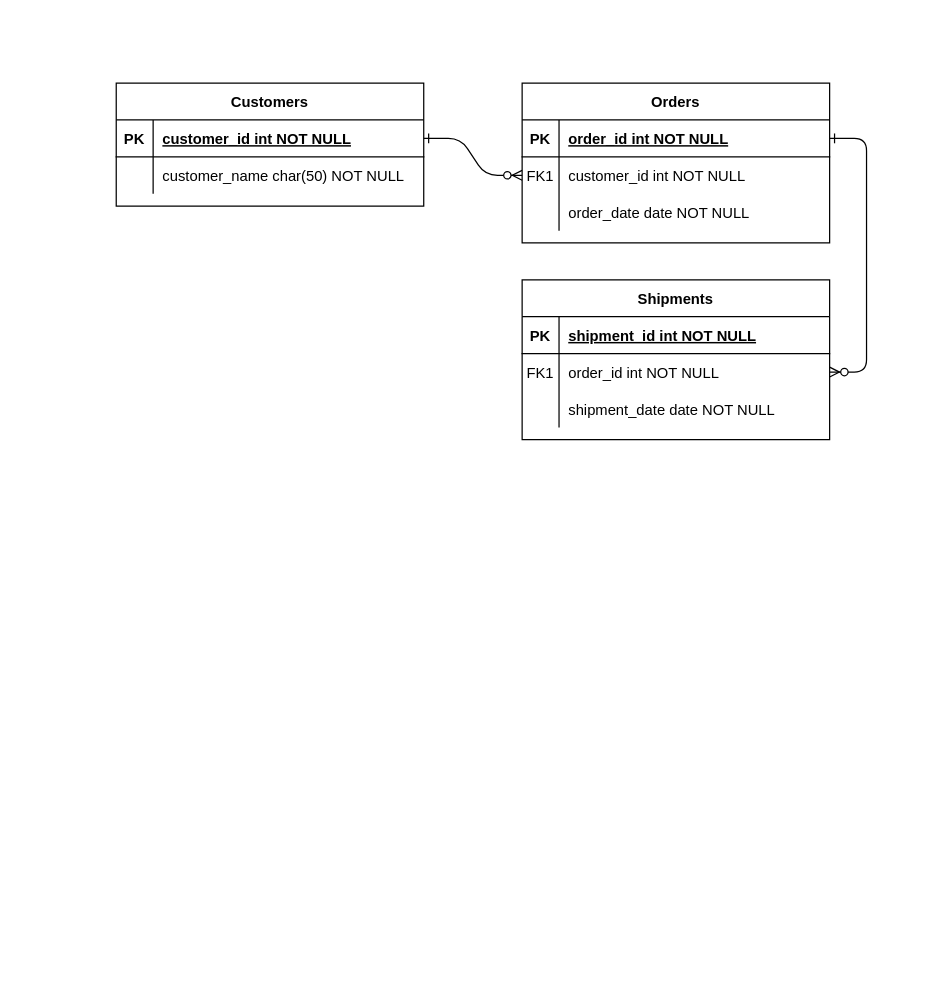
Before: Untitled Diagram.drawio in Aisha-R-T/Aisha-R-T, a draw.io diagram. Source tidied: cells renumbered, new cells numbered last; positions are measured from the earlier drawing's top-left corner, leaving out a move shared by most shapes. Both pictures are drawn from the tidied source at 123%, with x=0, y=0 at pixel (116, 82).
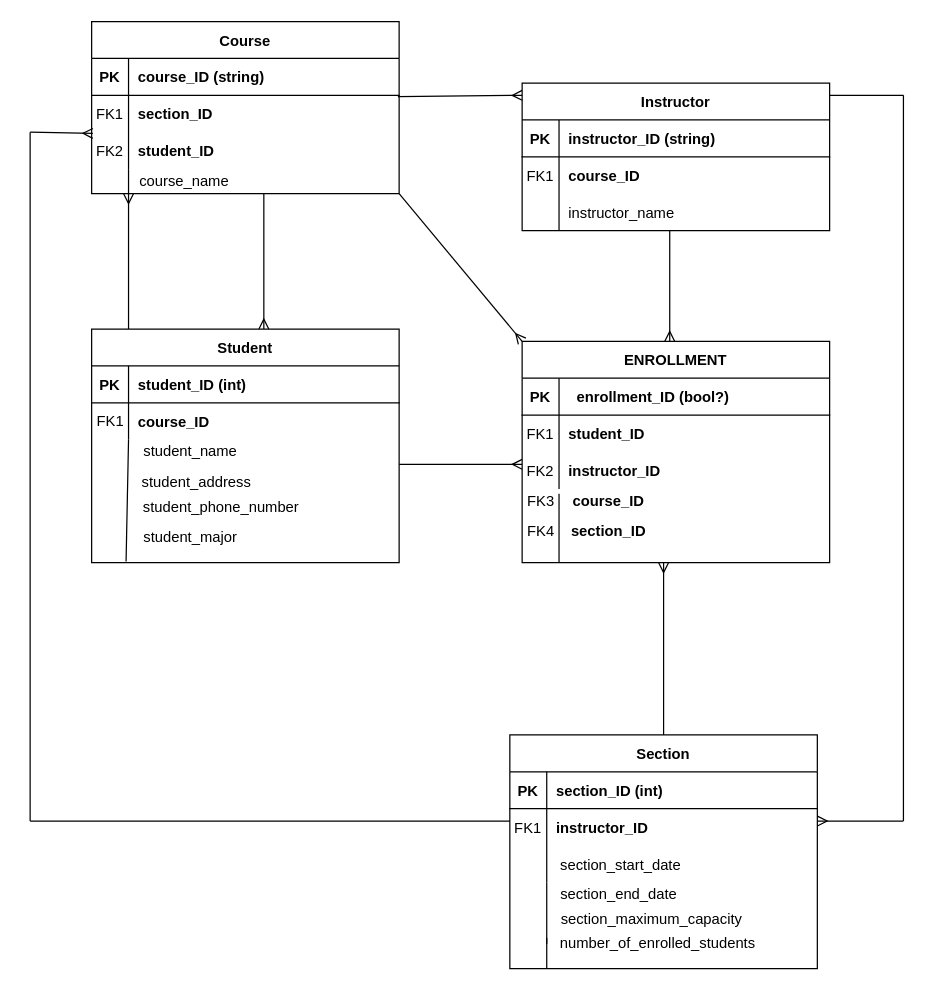
The same diagram, later.

The change refers to these unchanged cells:
```xml
<mxCell id="5" style="shape=partialRectangle;fillColor=none;points=[[0,0.5],[1,0.5]];portConstraint=eastwest;top=0;left=0;right=0;bottom=1;" parent="4" vertex="1">
  <mxGeometry y="30" width="250" height="30" as="geometry" />
</mxCell>
<mxCell id="8" style="shape=partialRectangle;fillColor=none;points=[[0,0.5],[1,0.5]];portConstraint=eastwest;top=0;left=0;right=0;bottom=0;" parent="4" vertex="1">
  <mxGeometry y="60" width="250" height="30" as="geometry" />
</mxCell>
<mxCell id="11" style="shape=partialRectangle;fillColor=none;top=0;left=0;right=0;bottom=0;" parent="4" vertex="1">
  <mxGeometry y="90" width="250" height="30" as="geometry" />
</mxCell>
<mxCell id="15" style="shape=partialRectangle;fillColor=none;top=0;left=0;right=0;bottom=1;" parent="14" vertex="1">
  <mxGeometry y="30" width="250" height="30" as="geometry" />
</mxCell>
<mxCell id="18" style="shape=partialRectangle;fillColor=none;points=[[0,0.5],[1,0.5]];portConstraint=eastwest;top=0;left=0;right=0;bottom=0;" parent="14" vertex="1">
  <mxGeometry y="60" width="250" height="30" as="geometry" />
</mxCell>
<mxCell id="21" style="shape=partialRectangle;fillColor=none;points=[[0,0.5],[1,0.5]];portConstraint=eastwest;top=0;left=0;right=0;bottom=0;" parent="14" vertex="1">
  <mxGeometry y="90" width="250" height="30" as="geometry" />
</mxCell>
<mxCell id="25" style="shape=partialRectangle;fillColor=none;points=[[0,0.5],[1,0.5]];portConstraint=eastwest;top=0;left=0;right=0;bottom=1;" parent="24" vertex="1">
  <mxGeometry y="30" width="250" height="30" as="geometry" />
</mxCell>
<mxCell id="28" style="shape=partialRectangle;fillColor=none;top=0;left=0;right=0;bottom=0;" parent="24" vertex="1">
  <mxGeometry y="60" width="250" height="30" as="geometry" />
</mxCell>
```

What changed in the source:
```diff
@@
-    <mxCell id="2" style="edgeStyle=entityRelationEdgeStyle;endArrow=ERzeroToMany;startArrow=ERone;endFill=1;startFill=0;" parent="1" edge="1" source="25" target="8">
-      <mxGeometry relative="1" as="geometry" />
-    </mxCell>
-    <mxCell id="3" style="edgeStyle=entityRelationEdgeStyle;endArrow=ERzeroToMany;startArrow=ERone;endFill=1;startFill=0;" parent="1" edge="1" source="5" target="18">
-      <mxGeometry relative="1" as="geometry" />
-    </mxCell>
-    <mxCell id="4" value="Orders" style="shape=table;startSize=30;childLayout=tableLayout;rowLines=0;fontStyle=1;align=center;" parent="1" vertex="1">
-      <mxGeometry x="330" width="250" height="130" as="geometry" />
+    <mxCell id="4" value="Instructor" style="shape=table;startSize=30;childLayout=tableLayout;rowLines=0;fontStyle=1;align=center;" parent="1" vertex="1">
+      <mxGeometry x="330" width="250" height="120" as="geometry" />
     </mxCell>
@@
-    <mxCell id="7" value="order_id int NOT NULL " style="shape=partialRectangle;overflow=hidden;fillColor=none;top=0;left=0;bottom=0;right=0;align=left;spacingLeft=6;fontStyle=5;" parent="5" vertex="1">
+    <mxCell id="7" value="instructor_ID (string)" style="shape=partialRectangle;overflow=hidden;fillColor=none;top=0;left=0;bottom=0;right=0;align=left;spacingLeft=6;fontStyle=1;" parent="5" vertex="1">
       <mxGeometry x="30" width="220" height="30" as="geometry" />
     </mxCell>
@@
-    <mxCell id="10" value="customer_id int NOT NULL" style="shape=partialRectangle;overflow=hidden;fillColor=none;top=0;left=0;bottom=0;right=0;align=left;spacingLeft=6;" parent="8" vertex="1">
+    <mxCell id="10" value="course_ID" style="shape=partialRectangle;overflow=hidden;fillColor=none;top=0;left=0;bottom=0;right=0;align=left;spacingLeft=6;fontStyle=1;" parent="8" vertex="1">
       <mxGeometry x="30" width="220" height="30" as="geometry" />
     </mxCell>
@@
-    <mxCell id="13" value="order_date date NOT NULL" style="shape=partialRectangle;overflow=hidden;fillColor=none;top=0;left=0;bottom=0;right=0;align=left;spacingLeft=6;" parent="11" vertex="1">
+    <mxCell id="13" value="instructor_name" style="shape=partialRectangle;overflow=hidden;fillColor=none;top=0;left=0;bottom=0;right=0;align=left;spacingLeft=6;" parent="11" vertex="1">
       <mxGeometry x="30" width="220" height="30" as="geometry" />
     </mxCell>
-    <mxCell id="14" value="Shipments" style="shape=table;startSize=30;childLayout=tableLayout;rowLines=0;fontStyle=1;align=center;" parent="1" vertex="1">
-      <mxGeometry x="330" y="160" width="250" height="130" as="geometry" />
+    <mxCell id="14" value="ENROLLMENT" style="shape=table;startSize=30;childLayout=tableLayout;rowLines=0;fontStyle=1;align=center;" parent="1" vertex="1">
+      <mxGeometry x="330" y="210" width="250" height="180" as="geometry" />
     </mxCell>
@@
-    <mxCell id="17" value="shipment_id int NOT NULL " style="shape=partialRectangle;overflow=hidden;fillColor=none;top=0;left=0;bottom=0;right=0;align=left;spacingLeft=6;fontStyle=5;" parent="15" vertex="1">
+    <mxCell id="17" value="  enrollment_ID (bool?)" style="shape=partialRectangle;overflow=hidden;fillColor=none;top=0;left=0;bottom=0;right=0;align=left;spacingLeft=6;fontStyle=1;" parent="15" vertex="1">
       <mxGeometry x="30" width="220" height="30" as="geometry" />
     </mxCell>
@@
-    <mxCell id="20" value="order_id int NOT NULL" style="shape=partialRectangle;overflow=hidden;fillColor=none;top=0;left=0;bottom=0;right=0;align=left;spacingLeft=6;" parent="18" vertex="1">
+    <mxCell id="20" value="student_ID" style="shape=partialRectangle;overflow=hidden;fillColor=none;top=0;left=0;bottom=0;right=0;align=left;spacingLeft=6;fontStyle=1;" parent="18" vertex="1">
       <mxGeometry x="30" width="220" height="30" as="geometry" />
     </mxCell>
@@
-    <mxCell id="22" style="shape=partialRectangle;overflow=hidden;fillColor=none;top=0;left=0;bottom=0;right=0;" parent="21" vertex="1">
+    <mxCell id="22" value="FK2" style="shape=partialRectangle;overflow=hidden;fillColor=none;top=0;left=0;bottom=0;right=0;" parent="21" vertex="1">
       <mxGeometry width="30" height="30" as="geometry" />
     </mxCell>
-    <mxCell id="23" value="shipment_date date NOT NULL" style="shape=partialRectangle;overflow=hidden;fillColor=none;top=0;left=0;bottom=0;right=0;align=left;spacingLeft=6;" parent="21" vertex="1">
+    <mxCell id="23" value="instructor_ID" style="shape=partialRectangle;overflow=hidden;fillColor=none;top=0;left=0;bottom=0;right=0;align=left;spacingLeft=6;fontStyle=1;" parent="21" vertex="1">
       <mxGeometry x="30" width="220" height="30" as="geometry" />
     </mxCell>
-    <mxCell id="24" value="Customers" style="shape=table;startSize=30;childLayout=tableLayout;rowLines=0;fontStyle=1;align=center;" parent="1" vertex="1">
-      <mxGeometry width="250" height="100" as="geometry" />
+    <mxCell id="24" value="Student" style="shape=table;startSize=30;childLayout=tableLayout;rowLines=0;fontStyle=1;align=center;" parent="1" vertex="1">
+      <mxGeometry x="-20" y="200" width="250" height="190" as="geometry" />
     </mxCell>
@@
-    <mxCell id="27" value="customer_id int NOT NULL " style="shape=partialRectangle;overflow=hidden;fillColor=none;top=0;left=0;bottom=0;right=0;align=left;spacingLeft=6;fontStyle=5;" parent="25" vertex="1">
+    <mxCell id="27" value="student_ID (int)" style="shape=partialRectangle;overflow=hidden;fillColor=none;top=0;left=0;bottom=0;right=0;align=left;spacingLeft=6;fontStyle=1;" parent="25" vertex="1">
       <mxGeometry x="30" width="220" height="30" as="geometry" />
     </mxCell>
@@
-    <mxCell id="30" value="customer_name char(50) NOT NULL" style="shape=partialRectangle;overflow=hidden;fillColor=none;top=0;left=0;bottom=0;right=0;align=left;spacingLeft=6;" parent="28" vertex="1">
+    <mxCell id="30" value="course_ID" style="shape=partialRectangle;overflow=hidden;fillColor=none;top=0;left=0;bottom=0;right=0;align=left;spacingLeft=6;fontStyle=1;" parent="28" vertex="1">
       <mxGeometry x="30" width="220" height="30" as="geometry" />
     </mxCell>
+    <mxCell id="31" value="Course" style="shape=table;startSize=30;childLayout=tableLayout;rowLines=0;fontStyle=1;align=center;" parent="1" vertex="1">
+      <mxGeometry x="-20" y="-50" width="250" height="140" as="geometry" />
+    </mxCell>
+    <mxCell id="32" style="shape=partialRectangle;fillColor=none;top=0;left=0;right=0;bottom=1;" parent="31" vertex="1">
+      <mxGeometry y="30" width="250" height="30" as="geometry" />
+    </mxCell>
+    <mxCell id="33" value="PK" style="shape=partialRectangle;overflow=hidden;fillColor=none;top=0;left=0;bottom=0;right=0;fontStyle=1;" parent="32" vertex="1">
+      <mxGeometry width="30" height="30" as="geometry" />
+    </mxCell>
+    <mxCell id="34" value="course_ID (string)" style="shape=partialRectangle;overflow=hidden;fillColor=none;top=0;left=0;bottom=0;right=0;align=left;spacingLeft=6;fontStyle=1;" parent="32" vertex="1">
+      <mxGeometry x="30" width="220" height="30" as="geometry" />
+    </mxCell>
+    <mxCell id="35" style="shape=partialRectangle;fillColor=none;points=[[0,0.5],[1,0.5]];portConstraint=eastwest;top=0;left=0;right=0;bottom=0;" parent="31" vertex="1">
+      <mxGeometry y="60" width="250" height="30" as="geometry" />
+    </mxCell>
+    <mxCell id="36" value="FK1" style="shape=partialRectangle;overflow=hidden;fillColor=none;top=0;left=0;bottom=0;right=0;" parent="35" vertex="1">
+      <mxGeometry width="30" height="30" as="geometry" />
+    </mxCell>
+    <mxCell id="37" value="section_ID" style="shape=partialRectangle;overflow=hidden;fillColor=none;top=0;left=0;bottom=0;right=0;align=left;spacingLeft=6;fontStyle=1;" parent="35" vertex="1">
+      <mxGeometry x="30" width="220" height="30" as="geometry" />
+    </mxCell>
+    <mxCell id="38" style="shape=partialRectangle;fillColor=none;top=0;left=0;right=0;bottom=0;" parent="31" vertex="1">
+      <mxGeometry y="90" width="250" height="30" as="geometry" />
+    </mxCell>
+    <mxCell id="39" value="FK2" style="shape=partialRectangle;overflow=hidden;fillColor=none;top=0;left=0;bottom=0;right=0;" parent="38" vertex="1">
+      <mxGeometry width="30" height="30" as="geometry" />
+    </mxCell>
+    <mxCell id="40" value="student_ID" style="shape=partialRectangle;overflow=hidden;fillColor=none;top=0;left=0;bottom=0;right=0;align=left;spacingLeft=6;fontStyle=1;" parent="38" vertex="1">
+      <mxGeometry x="30" width="220" height="30" as="geometry" />
+    </mxCell>
+    <mxCell id="41" style="edgeStyle=none;rounded=0;jettySize=auto;html=1;endArrow=ERmany;endFill=0;" parent="1" edge="1" source="42">
+      <mxGeometry relative="1" as="geometry">
+        <mxPoint x="445" y="390" as="targetPoint" />
+      </mxGeometry>
+    </mxCell>
+    <mxCell id="42" value="Section" style="shape=table;startSize=30;childLayout=tableLayout;rowLines=0;fontStyle=1;align=center;" parent="1" vertex="1">
+      <mxGeometry x="320" y="530" width="250" height="190" as="geometry" />
+    </mxCell>
+    <mxCell id="43" style="shape=partialRectangle;fillColor=none;top=0;left=0;right=0;bottom=1;" parent="42" vertex="1">
+      <mxGeometry y="30" width="250" height="30" as="geometry" />
+    </mxCell>
+    <mxCell id="44" value="PK" style="shape=partialRectangle;overflow=hidden;fillColor=none;top=0;left=0;bottom=0;right=0;fontStyle=1;" parent="43" vertex="1">
+      <mxGeometry width="30" height="30" as="geometry" />
+    </mxCell>
+    <mxCell id="45" value="section_ID (int)" style="shape=partialRectangle;overflow=hidden;fillColor=none;top=0;left=0;bottom=0;right=0;align=left;spacingLeft=6;fontStyle=1;" parent="43" vertex="1">
+      <mxGeometry x="30" width="220" height="30" as="geometry" />
+    </mxCell>
+    <mxCell id="46" style="shape=partialRectangle;fillColor=none;top=0;left=0;right=0;bottom=0;" parent="42" vertex="1">
+      <mxGeometry y="60" width="250" height="30" as="geometry" />
+    </mxCell>
+    <mxCell id="47" value="FK1" style="shape=partialRectangle;overflow=hidden;fillColor=none;top=0;left=0;bottom=0;right=0;" parent="46" vertex="1">
+      <mxGeometry width="30" height="30" as="geometry" />
+    </mxCell>
+    <mxCell id="48" value="instructor_ID" style="shape=partialRectangle;overflow=hidden;fillColor=none;top=0;left=0;bottom=0;right=0;align=left;spacingLeft=6;fontStyle=1;" parent="46" vertex="1">
+      <mxGeometry x="30" width="220" height="30" as="geometry" />
+    </mxCell>
+    <mxCell id="49" style="shape=partialRectangle;fillColor=none;top=0;left=0;right=0;bottom=0;" parent="42" vertex="1">
+      <mxGeometry y="90" width="250" height="30" as="geometry" />
+    </mxCell>
+    <mxCell id="50" style="shape=partialRectangle;overflow=hidden;fillColor=none;top=0;left=0;bottom=0;right=0;" parent="49" vertex="1">
+      <mxGeometry width="30" height="30" as="geometry" />
+    </mxCell>
+    <mxCell id="51" value=" section_start_date" style="shape=partialRectangle;overflow=hidden;fillColor=none;top=0;left=0;bottom=0;right=0;align=left;spacingLeft=6;" parent="49" vertex="1">
+      <mxGeometry x="30" width="220" height="30" as="geometry" />
+    </mxCell>
+    <mxCell id="52" style="endArrow=none;html=1;rounded=0;entryX=0.12;entryY=1.133;entryDx=0;entryDy=0;entryPerimeter=0;" parent="1" edge="1" target="21">
+      <mxGeometry relative="1" as="geometry">
+        <mxPoint x="360" y="390" as="sourcePoint" />
+      </mxGeometry>
+    </mxCell>
+    <mxCell id="53" value="FK3" style="text;html=1;align=center;verticalAlign=middle;strokeColor=none;fillColor=none;" parent="1" vertex="1">
+      <mxGeometry x="320" y="325" width="50" height="30" as="geometry" />
+    </mxCell>
+    <mxCell id="54" value="FK4" style="text;html=1;align=center;verticalAlign=middle;strokeColor=none;fillColor=none;" parent="1" vertex="1">
+      <mxGeometry x="320" y="350" width="50" height="30" as="geometry" />
+    </mxCell>
+    <mxCell id="55" value="&lt;b&gt;course_ID&lt;/b&gt;" style="text;html=1;align=center;verticalAlign=middle;strokeColor=none;fillColor=none;" parent="1" vertex="1">
+      <mxGeometry x="360" y="325" width="80" height="30" as="geometry" />
+    </mxCell>
+    <mxCell id="56" value="&lt;b&gt;section_ID&lt;/b&gt;" style="text;html=1;align=center;verticalAlign=middle;strokeColor=none;fillColor=none;" parent="1" vertex="1">
+      <mxGeometry x="360" y="350" width="80" height="30" as="geometry" />
+    </mxCell>
+    <mxCell id="57" style="endArrow=none;html=1;rounded=0;exitX=-0.02;exitY=1.133;exitDx=0;exitDy=0;exitPerimeter=0;" parent="1" edge="1" source="61">
+      <mxGeometry relative="1" as="geometry">
+        <mxPoint x="10" y="290" as="targetPoint" />
+      </mxGeometry>
+    </mxCell>
+    <mxCell id="58" value="student_name" style="text;html=1;align=center;verticalAlign=middle;strokeColor=none;fillColor=none;" parent="1" vertex="1">
+      <mxGeometry x="10" y="285" width="100" height="30" as="geometry" />
+    </mxCell>
+    <mxCell id="59" value="student_address" style="text;html=1;align=center;verticalAlign=middle;strokeColor=none;fillColor=none;" parent="1" vertex="1">
+      <mxGeometry x="10" y="310" width="110" height="30" as="geometry" />
+    </mxCell>
+    <mxCell id="60" value="student_phone_number" style="text;html=1;align=center;verticalAlign=middle;strokeColor=none;fillColor=none;" parent="1" vertex="1">
+      <mxGeometry x="10" y="330" width="150" height="30" as="geometry" />
+    </mxCell>
+    <mxCell id="61" value="student_major" style="text;html=1;align=center;verticalAlign=middle;points=[];strokeColor=none;fillColor=none;" parent="1" vertex="1">
+      <mxGeometry x="10" y="355" width="100" height="30" as="geometry" />
+    </mxCell>
+    <mxCell id="62" value="FK1" style="text;html=1;align=center;verticalAlign=middle;strokeColor=none;fillColor=none;" parent="1" vertex="1">
+      <mxGeometry x="-30" y="260" width="50" height="30" as="geometry" />
+    </mxCell>
+    <mxCell id="63" style="endArrow=none;html=1;rounded=0;" parent="1" edge="1">
+      <mxGeometry relative="1" as="geometry">
+        <mxPoint x="10" y="90" as="sourcePoint" />
+        <mxPoint x="10" y="70" as="targetPoint" />
+      </mxGeometry>
+    </mxCell>
+    <mxCell id="64" value="course_name" style="text;html=1;align=center;verticalAlign=middle;strokeColor=none;fillColor=none;" parent="1" vertex="1">
+      <mxGeometry x="5" y="65" width="100" height="30" as="geometry" />
+    </mxCell>
+    <mxCell id="65" style="endArrow=none;html=1;rounded=0;" parent="1" edge="1">
+      <mxGeometry relative="1" as="geometry">
+        <mxPoint x="-70" y="600" as="sourcePoint" />
+        <mxPoint x="320" y="600" as="targetPoint" />
+      </mxGeometry>
+    </mxCell>
+    <mxCell id="66" style="endArrow=none;html=1;rounded=0;" parent="1" edge="1">
+      <mxGeometry relative="1" as="geometry">
+        <mxPoint x="-70" y="600" as="sourcePoint" />
+        <mxPoint x="-70" y="40" as="targetPoint" />
+      </mxGeometry>
+    </mxCell>
+    <mxCell id="67" style="endArrow=ERmany;html=1;rounded=0;entryX=0.004;entryY=1.033;entryDx=0;entryDy=0;entryPerimeter=0;endFill=0;" parent="1" edge="1" target="35">
+      <mxGeometry relative="1" as="geometry">
+        <mxPoint x="-70" y="40" as="sourcePoint" />
+      </mxGeometry>
+    </mxCell>
+    <mxCell id="68" style="endArrow=ERmany;html=1;rounded=0;endFill=0;" parent="1" edge="1">
+      <mxGeometry relative="1" as="geometry">
+        <mxPoint x="10" y="200" as="sourcePoint" />
+        <mxPoint x="10" y="90" as="targetPoint" />
+      </mxGeometry>
+    </mxCell>
+    <mxCell id="69" style="endArrow=ERmany;html=1;rounded=0;endFill=0;" parent="1" edge="1">
+      <mxGeometry relative="1" as="geometry">
+        <mxPoint x="120" y="90" as="sourcePoint" />
+        <mxPoint x="120" y="200" as="targetPoint" />
+      </mxGeometry>
+    </mxCell>
+    <mxCell id="70" style="endArrow=none;html=1;rounded=0;" parent="1" edge="1">
+      <mxGeometry relative="1" as="geometry">
+        <mxPoint x="350" y="700" as="sourcePoint" />
+        <mxPoint x="350" y="650" as="targetPoint" />
+      </mxGeometry>
+    </mxCell>
+    <mxCell id="71" value="&amp;nbsp; &amp;nbsp; &amp;nbsp;section_end_date" style="text;html=1;align=center;verticalAlign=middle;strokeColor=none;fillColor=none;" parent="1" vertex="1">
+      <mxGeometry x="335" y="645" width="130" height="30" as="geometry" />
+    </mxCell>
+    <mxCell id="72" value="&amp;nbsp; &amp;nbsp; &amp;nbsp; section_maximum_capacity" style="text;html=1;align=center;verticalAlign=middle;strokeColor=none;fillColor=none;" parent="1" vertex="1">
+      <mxGeometry x="330" y="665" width="190" height="30" as="geometry" />
+    </mxCell>
+    <mxCell id="73" value="number_of_enrolled_students" style="text;html=1;align=center;verticalAlign=middle;strokeColor=none;fillColor=none;" parent="1" vertex="1">
+      <mxGeometry x="350" y="685" width="180" height="30" as="geometry" />
+    </mxCell>
+    <mxCell id="74" style="endArrow=none;html=1;rounded=0;" parent="1" edge="1">
+      <mxGeometry relative="1" as="geometry">
+        <mxPoint x="350" y="720" as="sourcePoint" />
+        <mxPoint x="350" y="695" as="targetPoint" />
+      </mxGeometry>
+    </mxCell>
+    <mxCell id="75" style="endArrow=ERmany;html=1;rounded=0;entryX=0.004;entryY=0.3;entryDx=0;entryDy=0;entryPerimeter=0;endFill=0;" parent="1" edge="1">
+      <mxGeometry relative="1" as="geometry">
+        <mxPoint x="229" y="11" as="sourcePoint" />
+        <mxPoint x="330" y="10" as="targetPoint" />
+      </mxGeometry>
+    </mxCell>
+    <mxCell id="76" style="endArrow=ERmany;html=1;rounded=0;endFill=0;" parent="1" edge="1">
+      <mxGeometry relative="1" as="geometry">
+        <mxPoint x="640" y="600" as="sourcePoint" />
+        <mxPoint x="570" y="600" as="targetPoint" />
+      </mxGeometry>
+    </mxCell>
+    <mxCell id="77" style="endArrow=none;html=1;rounded=0;" parent="1" edge="1">
+      <mxGeometry relative="1" as="geometry">
+        <mxPoint x="640" y="600" as="sourcePoint" />
+        <mxPoint x="640" y="10" as="targetPoint" />
+      </mxGeometry>
+    </mxCell>
+    <mxCell id="78" style="endArrow=none;html=1;rounded=0;exitX=1;exitY=0.083;exitDx=0;exitDy=0;exitPerimeter=0;" parent="1" edge="1" source="4">
+      <mxGeometry relative="1" as="geometry">
+        <mxPoint x="640" y="10" as="targetPoint" />
+      </mxGeometry>
+    </mxCell>
+    <mxCell id="79" style="endArrow=ERmany;html=1;rounded=0;entryX=-0.012;entryY=0.3;entryDx=0;entryDy=0;entryPerimeter=0;endFill=0;" parent="1" edge="1">
+      <mxGeometry relative="1" as="geometry">
+        <mxPoint x="230" y="310" as="sourcePoint" />
+        <mxPoint x="330" y="310" as="targetPoint" />
+      </mxGeometry>
+    </mxCell>
+    <mxCell id="80" style="endArrow=ERmany;html=1;rounded=0;endFill=0;" parent="1" edge="1">
+      <mxGeometry relative="1" as="geometry">
+        <mxPoint x="450" y="120" as="sourcePoint" />
+        <mxPoint x="450" y="210" as="targetPoint" />
+      </mxGeometry>
+    </mxCell>
+    <mxCell id="81" style="endArrow=ERmany;html=1;rounded=0;entryX=0;entryY=0;entryDx=0;entryDy=0;endFill=0;" parent="1" edge="1" target="14">
+      <mxGeometry relative="1" as="geometry">
+        <mxPoint x="230" y="90" as="sourcePoint" />
+      </mxGeometry>
+    </mxCell>
```
